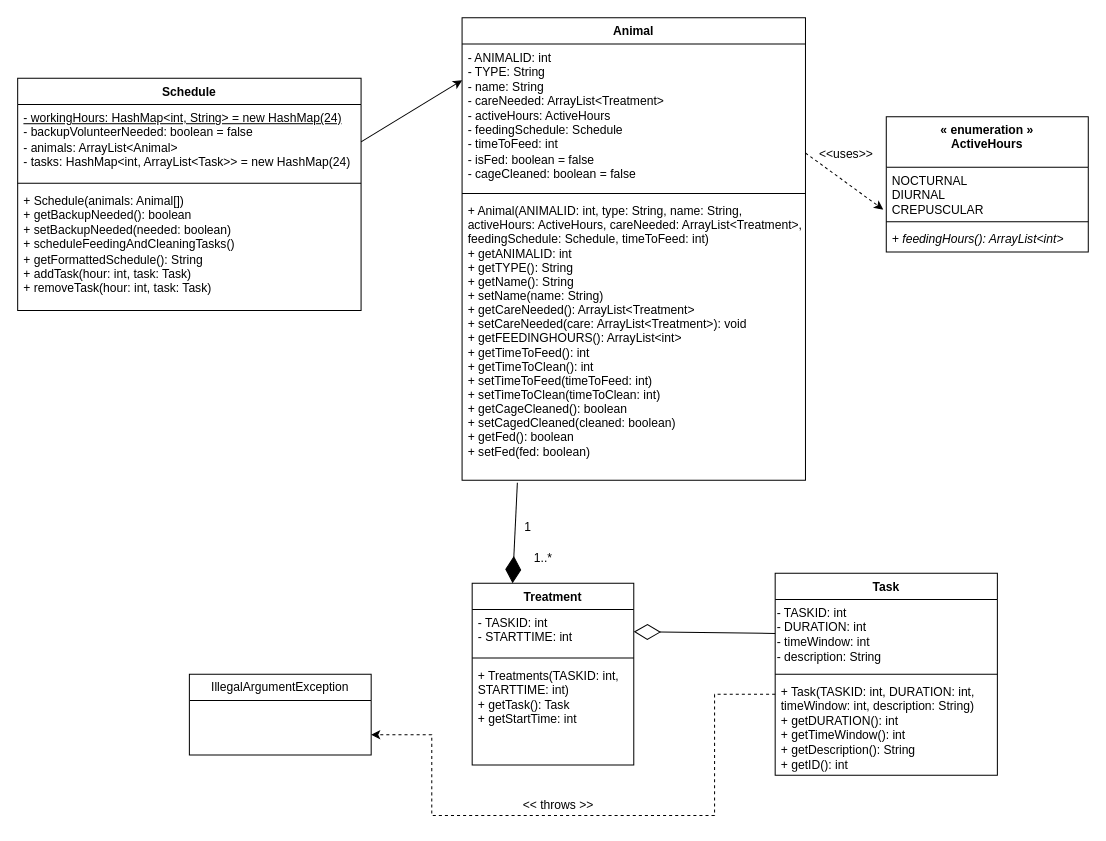
The draw.io diagram 64.drawio in aryan-karadia/Mock-Schedule-Builder, before the edit. Source tidied: cells renumbered, new cells numbered last; positions are measured from the earlier drawing's top-left corner, leaving out a move shared by most shapes. Both pictures are drawn from the tidied source at 101%, with x=0, y=0 at pixel (17, 17).
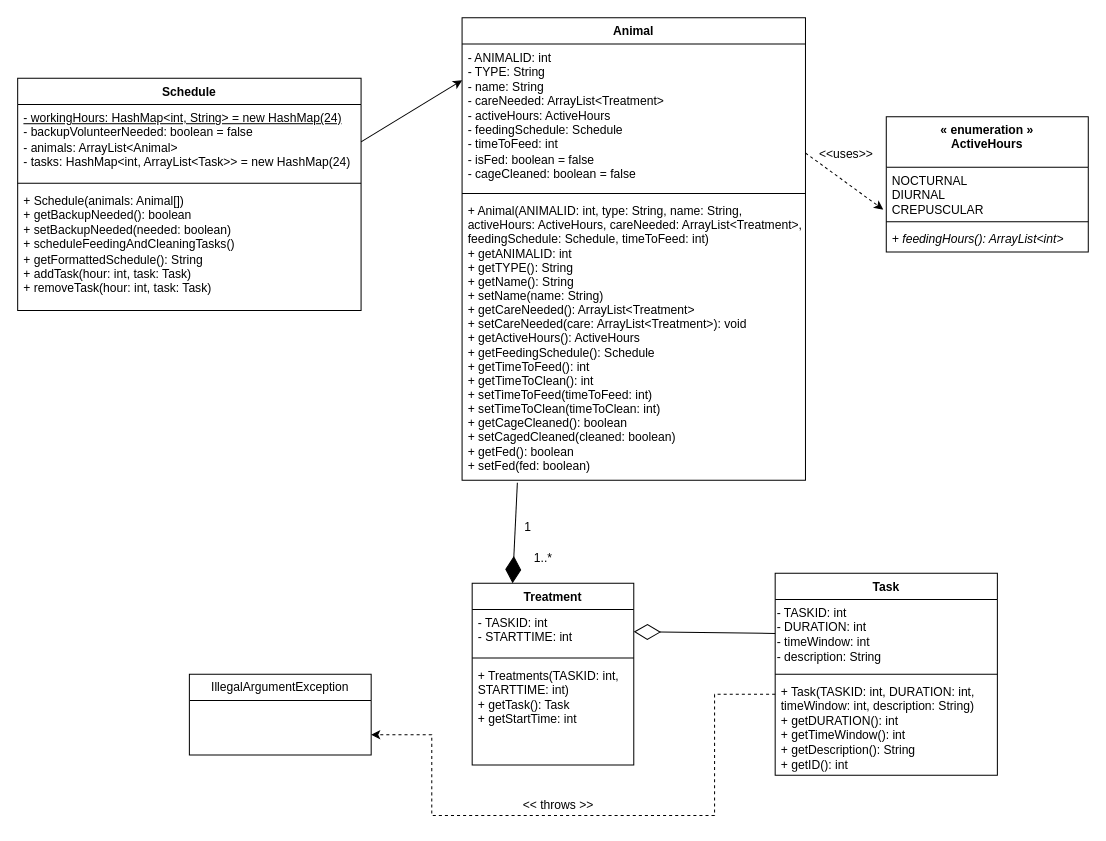
Above is the later version.

Commit message:
Animal Class: Got rid of FEEDINGHOURS() and added + getActiveHours(): ActiveHours + getFeedingSchedule(): Schedule

Unchanged cells that the change refers to:
```xml
<mxCell id="2" value="Animal" style="swimlane;fontStyle=1;align=center;verticalAlign=top;horizontal=1;startSize=26;" parent="1" vertex="1">
  <mxGeometry x="440" width="340" height="458" as="geometry" />
</mxCell>
```

The edit, as a diff of the source:
```diff
@@
-    <mxCell id="5" value="+ Animal(ANIMALID: int, type: String, name: String, &#10;activeHours: ActiveHours, careNeeded: ArrayList&lt;Treatment&gt;, &#10;feedingSchedule: Schedule, timeToFeed: int)&#10;+ getANIMALID: int&#10;+ getTYPE(): String&#10;+ getName(): String&#10;+ setName(name: String)&#10;+ getCareNeeded(): ArrayList&lt;Treatment&gt;&#10;+ setCareNeeded(care: ArrayList&lt;Treatment&gt;): void&#10;+ getFEEDINGHOURS(): ArrayList&lt;int&gt;&#10;+ getTimeToFeed(): int&#10;+ getTimeToClean(): int&#10;+ setTimeToFeed(timeToFeed: int)&#10;+ setTimeToClean(timeToClean: int)&#10;+ getCageCleaned(): boolean&#10;+ setCagedCleaned(cleaned: boolean)&#10;+ getFed(): boolean&#10;+ setFed(fed: boolean)&#10;&#10;" style="text;strokeColor=none;fillColor=none;align=left;verticalAlign=top;spacingLeft=4;spacingRight=4;overflow=hidden;points=[[0,0.5],[1,0.5]];portConstraint=eastwest;" parent="2" vertex="1">
+    <mxCell id="5" value="+ Animal(ANIMALID: int, type: String, name: String, &#10;activeHours: ActiveHours, careNeeded: ArrayList&lt;Treatment&gt;, &#10;feedingSchedule: Schedule, timeToFeed: int)&#10;+ getANIMALID: int&#10;+ getTYPE(): String&#10;+ getName(): String&#10;+ setName(name: String)&#10;+ getCareNeeded(): ArrayList&lt;Treatment&gt;&#10;+ setCareNeeded(care: ArrayList&lt;Treatment&gt;): void&#10;+ getActiveHours(): ActiveHours&#10;+ getFeedingSchedule(): Schedule&#10;+ getTimeToFeed(): int&#10;+ getTimeToClean(): int&#10;+ setTimeToFeed(timeToFeed: int)&#10;+ setTimeToClean(timeToClean: int)&#10;+ getCageCleaned(): boolean&#10;+ setCagedCleaned(cleaned: boolean)&#10;+ getFed(): boolean&#10;+ setFed(fed: boolean)&#10;&#10;" style="text;strokeColor=none;fillColor=none;align=left;verticalAlign=top;spacingLeft=4;spacingRight=4;overflow=hidden;points=[[0,0.5],[1,0.5]];portConstraint=eastwest;" parent="2" vertex="1">
       <mxGeometry y="178" width="340" height="280" as="geometry" />
     </mxCell>
```
